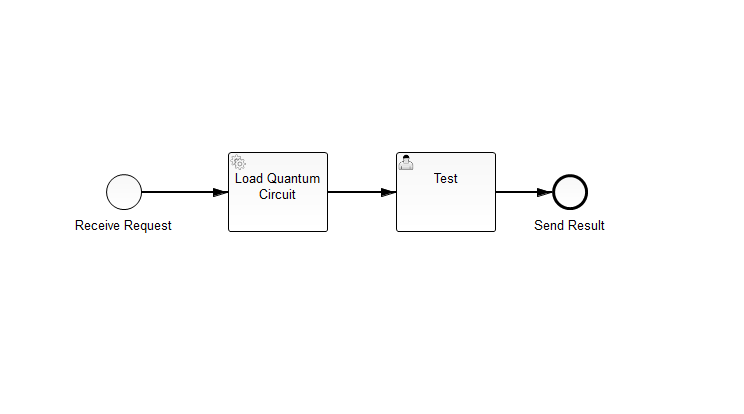
Earlier version of the BPMN export process-model/src/main/resources/simons-algorithm.png (UST-QuAntiL/QuantME-UseCases). Its source is kept beside it as process-model/src/main/resources/simons-algorithm.bpmn. Ids are renumbered. The source it was exported from:
```xml
<bpmn2:definitions xmlns:xsi="http://www.w3.org/2001/XMLSchema-instance" xmlns:bpmn2="http://www.omg.org/spec/BPMN/20100524/MODEL" xmlns:bpmndi="http://www.omg.org/spec/BPMN/20100524/DI" xmlns:camunda="http://camunda.org/schema/1.0/bpmn" xmlns:dc="http://www.omg.org/spec/DD/20100524/DC" xmlns:di="http://www.omg.org/spec/DD/20100524/DI" xsi:schemaLocation="http://www.omg.org/spec/BPMN/20100524/MODEL BPMN20.xsd" id="_-u90QLojEeq3kdaVX7setA" exporter="camunda modeler" exporterVersion="3.0.0" targetNamespace="http://camunda.org/schema/1.0/bpmn">
  <bpmn2:process id="simons-algorithm" name="Simon's Algorithm" isExecutable="true">
    <bpmn2:userTask id="UserTask_1" camunda:assignee="TestUser" name="Test">
      <bpmn2:incoming>SequenceFlow_3</bpmn2:incoming>
      <bpmn2:outgoing>SequenceFlow_2</bpmn2:outgoing>
    </bpmn2:userTask>
    <bpmn2:sequenceFlow id="SequenceFlow_2" name="" sourceRef="UserTask_1" targetRef="EndEvent_1"/>
    <bpmn2:endEvent id="EndEvent_1" name="Send Result">
      <bpmn2:incoming>SequenceFlow_2</bpmn2:incoming>
    </bpmn2:endEvent>
    <bpmn2:serviceTask id="ServiceTask_1" camunda:class="org.quantil.quantme.simon.tasks.LoadQuantumCircuitDelegate" name="Load Quantum&#xD;&#xA;Circuit">
      <bpmn2:extensionElements>
        <camunda:inputOutput>
          <camunda:inputParameter name="URL">http://raw.githubusercontent.com/UST-QuAntiL/QuantME-UseCase/master/README.md</camunda:inputParameter>
          <camunda:outputParameter name="ServiceTask_1_CircuitId">${CircuitId}</camunda:outputParameter>
          <camunda:outputParameter name="ServiceTask_1_QuantumCircuit">${QuantumCircuit}</camunda:outputParameter>
          <camunda:outputParameter name="ServiceTask_1_ProgrammingLanguage">${ProgrammingLanguage}</camunda:outputParameter>
          <camunda:outputParameter name="ServiceTask_1_ExecutionResult">${ExecutionResult}</camunda:outputParameter>
        </camunda:inputOutput>
      </bpmn2:extensionElements>
      <bpmn2:incoming>SequenceFlow_1</bpmn2:incoming>
      <bpmn2:outgoing>SequenceFlow_3</bpmn2:outgoing>
    </bpmn2:serviceTask>
    <bpmn2:sequenceFlow id="SequenceFlow_3" name="" sourceRef="ServiceTask_1" targetRef="UserTask_1"/>
    <bpmn2:startEvent id="StartEvent_1" camunda:formKey="embedded:app:forms/request-simons-algorithm.html" name="Receive Request">
      <bpmn2:outgoing>SequenceFlow_1</bpmn2:outgoing>
    </bpmn2:startEvent>
    <bpmn2:sequenceFlow id="SequenceFlow_1" name="" sourceRef="StartEvent_1" targetRef="ServiceTask_1"/>
  </bpmn2:process>
  <bpmndi:BPMNDiagram id="BPMNDiagram_1">
    <bpmndi:BPMNPlane id="BPMNPlane_1" bpmnElement="simons-algorithm">
      <bpmndi:BPMNShape id="_BPMNShape_StartEvent_2" bpmnElement="StartEvent_1">
        <dc:Bounds height="36.0" width="36.0" x="106.0" y="174.0"/>
        <bpmndi:BPMNLabel>
          <dc:Bounds height="22.0" width="103.0" x="73.0" y="215.0"/>
        </bpmndi:BPMNLabel>
      </bpmndi:BPMNShape>
      <bpmndi:BPMNShape id="_BPMNShape_UserTask_2" bpmnElement="UserTask_1">
        <dc:Bounds height="80.0" width="100.0" x="396.0" y="152.0"/>
      </bpmndi:BPMNShape>
      <bpmndi:BPMNShape id="_BPMNShape_EndEvent_2" bpmnElement="EndEvent_1">
        <dc:Bounds height="36.0" width="36.0" x="552.0" y="174.0"/>
        <bpmndi:BPMNLabel>
          <dc:Bounds height="22.0" width="77.0" x="532.0" y="215.0"/>
        </bpmndi:BPMNLabel>
      </bpmndi:BPMNShape>
      <bpmndi:BPMNEdge id="BPMNEdge_SequenceFlow_1" bpmnElement="SequenceFlow_1" sourceElement="_BPMNShape_StartEvent_2" targetElement="_BPMNShape_ServiceTask_2">
        <di:waypoint xsi:type="dc:Point" x="142.0" y="192.0"/>
        <di:waypoint xsi:type="dc:Point" x="228.0" y="192.0"/>
        <bpmndi:BPMNLabel>
          <dc:Bounds height="6.0" width="6.0" x="192.0" y="192.0"/>
        </bpmndi:BPMNLabel>
      </bpmndi:BPMNEdge>
      <bpmndi:BPMNEdge id="BPMNEdge_SequenceFlow_2" bpmnElement="SequenceFlow_2" sourceElement="_BPMNShape_UserTask_2" targetElement="_BPMNShape_EndEvent_2">
        <di:waypoint xsi:type="dc:Point" x="496.0" y="192.0"/>
        <di:waypoint xsi:type="dc:Point" x="552.0" y="192.0"/>
        <bpmndi:BPMNLabel>
          <dc:Bounds height="6.0" width="6.0" x="522.0" y="192.0"/>
        </bpmndi:BPMNLabel>
      </bpmndi:BPMNEdge>
      <bpmndi:BPMNShape id="_BPMNShape_ServiceTask_2" bpmnElement="ServiceTask_1">
        <dc:Bounds height="80.0" width="100.0" x="228.0" y="152.0"/>
      </bpmndi:BPMNShape>
      <bpmndi:BPMNEdge id="BPMNEdge_SequenceFlow_3" bpmnElement="SequenceFlow_3" sourceElement="_BPMNShape_ServiceTask_2" targetElement="_BPMNShape_UserTask_2">
        <di:waypoint xsi:type="dc:Point" x="328.0" y="192.0"/>
        <di:waypoint xsi:type="dc:Point" x="396.0" y="192.0"/>
      </bpmndi:BPMNEdge>
    </bpmndi:BPMNPlane>
  </bpmndi:BPMNDiagram>
</bpmn2:definitions>
```
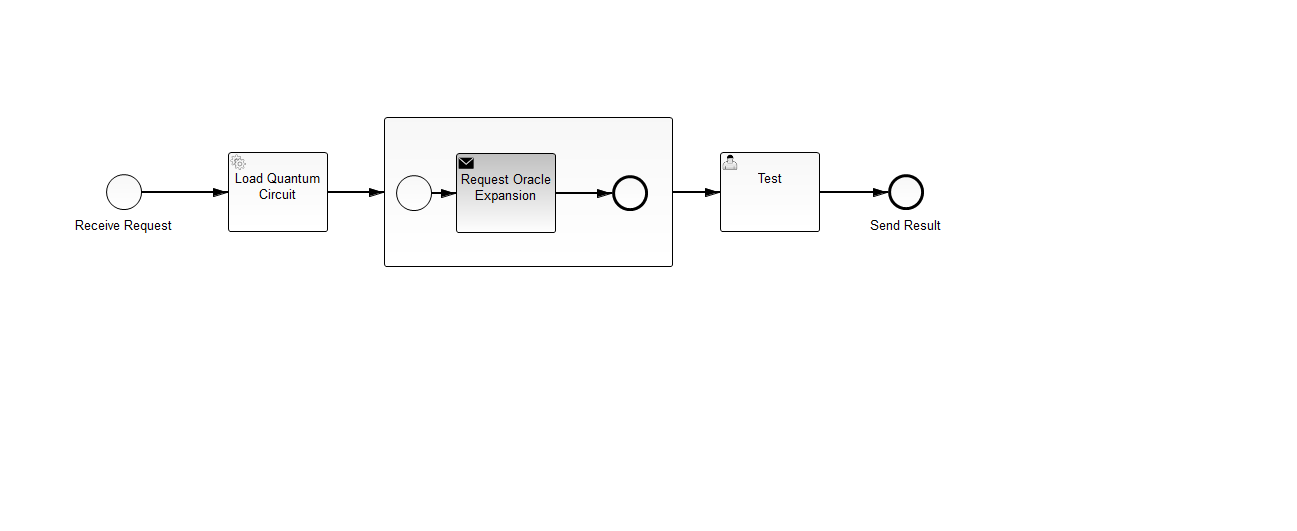
The same file after the commit.

Commit message:
Add send task to request oracle expansion

The edit, as a diff of the source:
```diff
@@ -1,31 +1,58 @@
 <bpmn2:definitions xmlns:xsi="http://www.w3.org/2001/XMLSchema-instance" xmlns:bpmn2="http://www.omg.org/spec/BPMN/20100524/MODEL" xmlns:bpmndi="http://www.omg.org/spec/BPMN/20100524/DI" xmlns:camunda="http://camunda.org/schema/1.0/bpmn" xmlns:dc="http://www.omg.org/spec/DD/20100524/DC" xmlns:di="http://www.omg.org/spec/DD/20100524/DI" xsi:schemaLocation="http://www.omg.org/spec/BPMN/20100524/MODEL BPMN20.xsd" id="_-u90QLojEeq3kdaVX7setA" exporter="camunda modeler" exporterVersion="3.0.0" targetNamespace="http://camunda.org/schema/1.0/bpmn">
   <bpmn2:process id="simons-algorithm" name="Simon's Algorithm" isExecutable="true">
-    <bpmn2:userTask id="UserTask_1" camunda:assignee="TestUser" name="Test">
-      <bpmn2:incoming>SequenceFlow_3</bpmn2:incoming>
-      <bpmn2:outgoing>SequenceFlow_2</bpmn2:outgoing>
-    </bpmn2:userTask>
-    <bpmn2:sequenceFlow id="SequenceFlow_2" name="" sourceRef="UserTask_1" targetRef="EndEvent_1"/>
-    <bpmn2:endEvent id="EndEvent_1" name="Send Result">
-      <bpmn2:incoming>SequenceFlow_2</bpmn2:incoming>
-    </bpmn2:endEvent>
     <bpmn2:serviceTask id="ServiceTask_1" camunda:class="org.quantil.quantme.simon.tasks.LoadQuantumCircuitDelegate" name="Load Quantum&#xD;&#xA;Circuit">
       <bpmn2:extensionElements>
         <camunda:inputOutput>
           <camunda:inputParameter name="URL">http://raw.githubusercontent.com/UST-QuAntiL/QuantME-UseCase/master/README.md</camunda:inputParameter>
           <camunda:outputParameter name="ServiceTask_1_CircuitId">${CircuitId}</camunda:outputParameter>
           <camunda:outputParameter name="ServiceTask_1_QuantumCircuit">${QuantumCircuit}</camunda:outputParameter>
-          <camunda:outputParameter name="ServiceTask_1_ProgrammingLanguage">${ProgrammingLanguage}</camunda:outputParameter>
+          <camunda:outputParameter name="ServiceTask_1_QuantumProgrammingLanguage">${QuantumProgrammingLanguage}</camunda:outputParameter>
           <camunda:outputParameter name="ServiceTask_1_ExecutionResult">${ExecutionResult}</camunda:outputParameter>
         </camunda:inputOutput>
       </bpmn2:extensionElements>
       <bpmn2:incoming>SequenceFlow_1</bpmn2:incoming>
       <bpmn2:outgoing>SequenceFlow_3</bpmn2:outgoing>
     </bpmn2:serviceTask>
-    <bpmn2:sequenceFlow id="SequenceFlow_3" name="" sourceRef="ServiceTask_1" targetRef="UserTask_1"/>
+    <bpmn2:sequenceFlow id="SequenceFlow_3" name="" sourceRef="ServiceTask_1" targetRef="SubProcess_1"/>
     <bpmn2:startEvent id="StartEvent_1" camunda:formKey="embedded:app:forms/request-simons-algorithm.html" name="Receive Request">
       <bpmn2:outgoing>SequenceFlow_1</bpmn2:outgoing>
     </bpmn2:startEvent>
     <bpmn2:sequenceFlow id="SequenceFlow_1" name="" sourceRef="StartEvent_1" targetRef="ServiceTask_1"/>
+    <bpmn2:endEvent id="EndEvent_1" name="Send Result">
+      <bpmn2:incoming>SequenceFlow_2</bpmn2:incoming>
+    </bpmn2:endEvent>
+    <bpmn2:userTask id="UserTask_1" camunda:assignee="TestUser" name="Test">
+      <bpmn2:incoming>SequenceFlow_4</bpmn2:incoming>
+      <bpmn2:outgoing>SequenceFlow_2</bpmn2:outgoing>
+    </bpmn2:userTask>
+    <bpmn2:sequenceFlow id="SequenceFlow_2" name="" sourceRef="UserTask_1" targetRef="EndEvent_1"/>
+    <bpmn2:subProcess id="SubProcess_1">
+      <bpmn2:extensionElements>
+        <camunda:inputOutput>
+          <camunda:inputParameter name="ProgrammingLanguage">Qiskit</camunda:inputParameter>
+          <camunda:inputParameter name="OracleId">1</camunda:inputParameter>
+          <camunda:inputParameter name="CircuitId">${ServiceTask_1_CircuitId}</camunda:inputParameter>
+          <camunda:inputParameter name="QuantumCircuit">${ServiceTask_1_QuantumCircuit}</camunda:inputParameter>
+          <camunda:inputParameter name="QuantumProgrammingLanguage">${ServiceTask_1_QuantumProgrammingLanguage}</camunda:inputParameter>
+          <camunda:inputParameter name="ExecutionResult">${ServiceTask_1_ExecutionResult}</camunda:inputParameter>
+        </camunda:inputOutput>
+      </bpmn2:extensionElements>
+      <bpmn2:incoming>SequenceFlow_3</bpmn2:incoming>
+      <bpmn2:outgoing>SequenceFlow_4</bpmn2:outgoing>
+      <bpmn2:startEvent id="StartEvent_2">
+        <bpmn2:outgoing>SequenceFlow_5</bpmn2:outgoing>
+      </bpmn2:startEvent>
+      <bpmn2:sendTask id="SendTask_1" camunda:class="org.quantil.quantme.simon.tasks.RequestOracleExpansionTask" name="Request Oracle&#xD;&#xA;Expansion">
+        <bpmn2:incoming>SequenceFlow_5</bpmn2:incoming>
+        <bpmn2:outgoing>SequenceFlow_6</bpmn2:outgoing>
+      </bpmn2:sendTask>
+      <bpmn2:sequenceFlow id="SequenceFlow_5" name="" sourceRef="StartEvent_2" targetRef="SendTask_1"/>
+      <bpmn2:endEvent id="EndEvent_2">
+        <bpmn2:incoming>SequenceFlow_6</bpmn2:incoming>
+      </bpmn2:endEvent>
+      <bpmn2:sequenceFlow id="SequenceFlow_6" name="" sourceRef="SendTask_1" targetRef="EndEvent_2"/>
+    </bpmn2:subProcess>
+    <bpmn2:sequenceFlow id="SequenceFlow_4" name="" sourceRef="SubProcess_1" targetRef="UserTask_1"/>
   </bpmn2:process>
   <bpmndi:BPMNDiagram id="BPMNDiagram_1">
     <bpmndi:BPMNPlane id="BPMNPlane_1" bpmnElement="simons-algorithm">
@@ -36,12 +63,12 @@
         </bpmndi:BPMNLabel>
       </bpmndi:BPMNShape>
       <bpmndi:BPMNShape id="_BPMNShape_UserTask_2" bpmnElement="UserTask_1">
-        <dc:Bounds height="80.0" width="100.0" x="396.0" y="152.0"/>
+        <dc:Bounds height="80.0" width="100.0" x="720.0" y="152.0"/>
       </bpmndi:BPMNShape>
       <bpmndi:BPMNShape id="_BPMNShape_EndEvent_2" bpmnElement="EndEvent_1">
-        <dc:Bounds height="36.0" width="36.0" x="552.0" y="174.0"/>
+        <dc:Bounds height="36.0" width="36.0" x="888.0" y="174.0"/>
         <bpmndi:BPMNLabel>
-          <dc:Bounds height="22.0" width="77.0" x="532.0" y="215.0"/>
+          <dc:Bounds height="22.0" width="77.0" x="868.0" y="215.0"/>
         </bpmndi:BPMNLabel>
       </bpmndi:BPMNShape>
       <bpmndi:BPMNEdge id="BPMNEdge_SequenceFlow_1" bpmnElement="SequenceFlow_1" sourceElement="_BPMNShape_StartEvent_2" targetElement="_BPMNShape_ServiceTask_2">
@@ -52,18 +79,57 @@
         </bpmndi:BPMNLabel>
       </bpmndi:BPMNEdge>
       <bpmndi:BPMNEdge id="BPMNEdge_SequenceFlow_2" bpmnElement="SequenceFlow_2" sourceElement="_BPMNShape_UserTask_2" targetElement="_BPMNShape_EndEvent_2">
-        <di:waypoint xsi:type="dc:Point" x="496.0" y="192.0"/>
-        <di:waypoint xsi:type="dc:Point" x="552.0" y="192.0"/>
+        <di:waypoint xsi:type="dc:Point" x="820.0" y="192.0"/>
+        <di:waypoint xsi:type="dc:Point" x="888.0" y="192.0"/>
         <bpmndi:BPMNLabel>
-          <dc:Bounds height="6.0" width="6.0" x="522.0" y="192.0"/>
+          <dc:Bounds height="6.0" width="6.0" x="846.0" y="192.0"/>
         </bpmndi:BPMNLabel>
       </bpmndi:BPMNEdge>
       <bpmndi:BPMNShape id="_BPMNShape_ServiceTask_2" bpmnElement="ServiceTask_1">
         <dc:Bounds height="80.0" width="100.0" x="228.0" y="152.0"/>
       </bpmndi:BPMNShape>
-      <bpmndi:BPMNEdge id="BPMNEdge_SequenceFlow_3" bpmnElement="SequenceFlow_3" sourceElement="_BPMNShape_ServiceTask_2" targetElement="_BPMNShape_UserTask_2">
+      <bpmndi:BPMNEdge id="BPMNEdge_SequenceFlow_3" bpmnElement="SequenceFlow_3" sourceElement="_BPMNShape_ServiceTask_2" targetElement="_BPMNShape_SubProcess_2">
         <di:waypoint xsi:type="dc:Point" x="328.0" y="192.0"/>
-        <di:waypoint xsi:type="dc:Point" x="396.0" y="192.0"/>
+        <di:waypoint xsi:type="dc:Point" x="384.0" y="192.0"/>
+        <bpmndi:BPMNLabel>
+          <dc:Bounds height="6.0" width="6.0" x="359.0" y="192.0"/>
+        </bpmndi:BPMNLabel>
+      </bpmndi:BPMNEdge>
+      <bpmndi:BPMNShape id="_BPMNShape_SubProcess_2" bpmnElement="SubProcess_1" isExpanded="true">
+        <dc:Bounds height="150.0" width="289.0" x="384.0" y="117.0"/>
+      </bpmndi:BPMNShape>
+      <bpmndi:BPMNEdge id="BPMNEdge_SequenceFlow_4" bpmnElement="SequenceFlow_4" sourceElement="_BPMNShape_SubProcess_2" targetElement="_BPMNShape_UserTask_2">
+        <di:waypoint xsi:type="dc:Point" x="672.0" y="192.0"/>
+        <di:waypoint xsi:type="dc:Point" x="720.0" y="192.0"/>
+        <bpmndi:BPMNLabel>
+          <dc:Bounds height="6.0" width="6.0" x="693.0" y="192.0"/>
+        </bpmndi:BPMNLabel>
+      </bpmndi:BPMNEdge>
+      <bpmndi:BPMNShape id="_BPMNShape_StartEvent_3" bpmnElement="StartEvent_2">
+        <dc:Bounds height="36.0" width="36.0" x="396.0" y="175.0"/>
+        <bpmndi:BPMNLabel>
+          <dc:Bounds height="0.0" width="0.0" x="414.0" y="216.0"/>
+        </bpmndi:BPMNLabel>
+      </bpmndi:BPMNShape>
+      <bpmndi:BPMNShape id="_BPMNShape_SendTask_2" bpmnElement="SendTask_1">
+        <dc:Bounds height="80.0" width="100.0" x="456.0" y="153.0"/>
+      </bpmndi:BPMNShape>
+      <bpmndi:BPMNEdge id="BPMNEdge_SequenceFlow_5" bpmnElement="SequenceFlow_5" sourceElement="_BPMNShape_StartEvent_3" targetElement="_BPMNShape_SendTask_2">
+        <di:waypoint xsi:type="dc:Point" x="432.0" y="193.0"/>
+        <di:waypoint xsi:type="dc:Point" x="456.0" y="193.0"/>
+        <bpmndi:BPMNLabel>
+          <dc:Bounds height="6.0" width="6.0" x="441.0" y="193.0"/>
+        </bpmndi:BPMNLabel>
+      </bpmndi:BPMNEdge>
+      <bpmndi:BPMNShape id="_BPMNShape_EndEvent_3" bpmnElement="EndEvent_2">
+        <dc:Bounds height="36.0" width="36.0" x="612.0" y="175.0"/>
+        <bpmndi:BPMNLabel>
+          <dc:Bounds height="0.0" width="0.0" x="630.0" y="216.0"/>
+        </bpmndi:BPMNLabel>
+      </bpmndi:BPMNShape>
+      <bpmndi:BPMNEdge id="BPMNEdge_SequenceFlow_6" bpmnElement="SequenceFlow_6" sourceElement="_BPMNShape_SendTask_2" targetElement="_BPMNShape_EndEvent_3">
+        <di:waypoint xsi:type="dc:Point" x="556.0" y="193.0"/>
+        <di:waypoint xsi:type="dc:Point" x="612.0" y="193.0"/>
       </bpmndi:BPMNEdge>
     </bpmndi:BPMNPlane>
   </bpmndi:BPMNDiagram>
```
